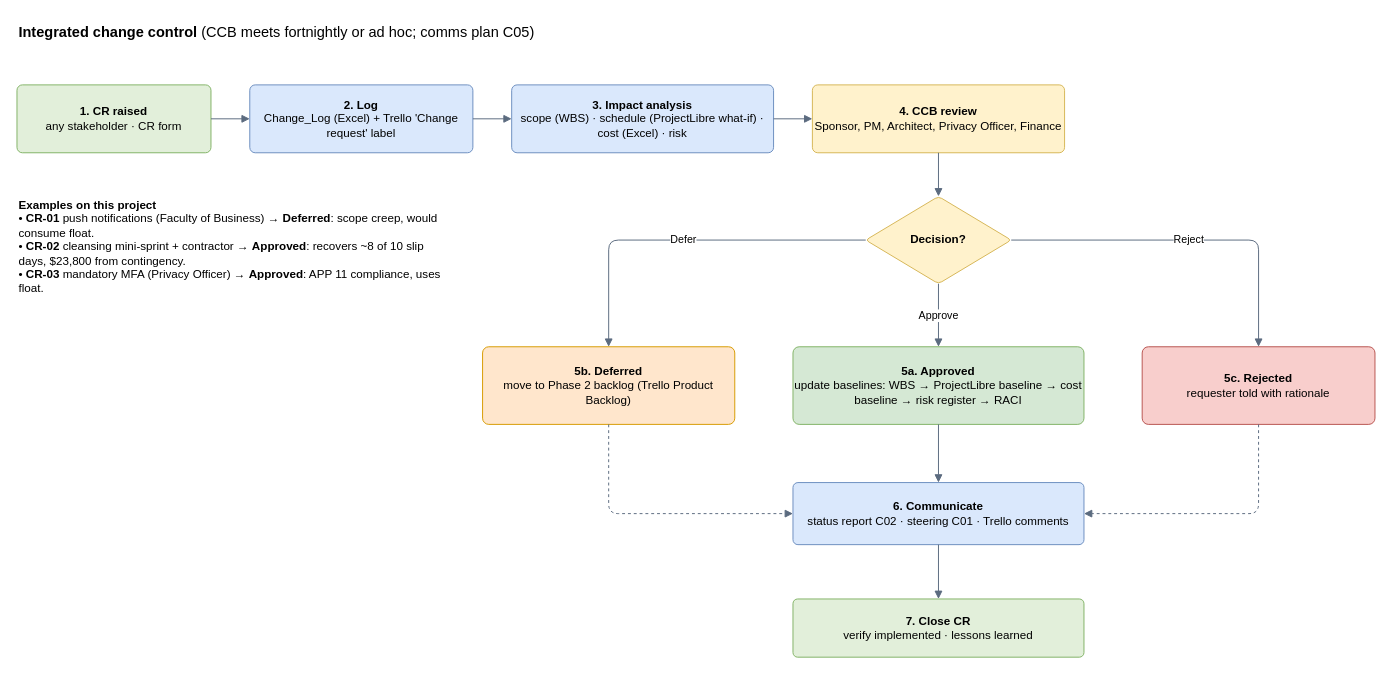
The draw.io diagram downloads/diagrams/D05_change_control_flow.drawio in alvi00/bisy2004-a2-groupXX, before the edit. Source tidied: cells renumbered, new cells numbered last; positions are measured from the earlier drawing's top-left corner, leaving out a move shared by most shapes. Both pictures are drawn from the tidied source at 97%, with x=0, y=0 at pixel (16, 16).
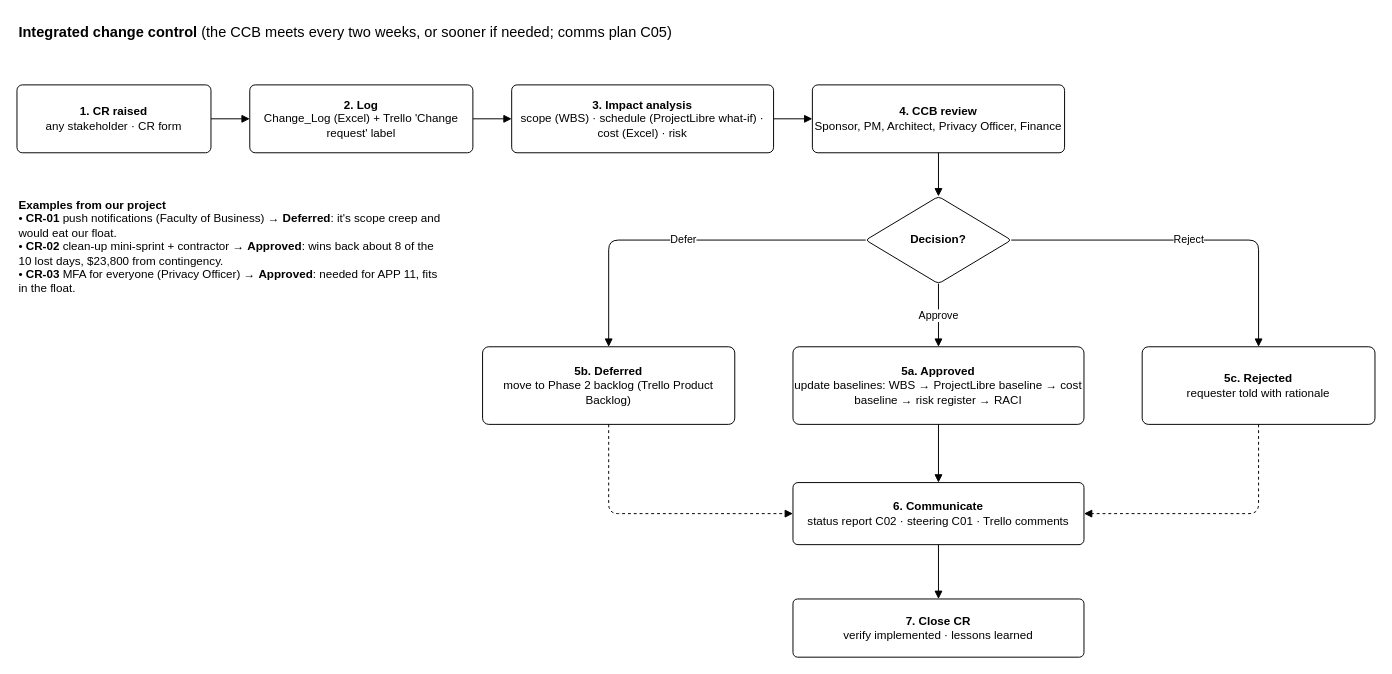
Above is the later version.

Diff of the diagram source:
```diff
@@
-    <mxCell id="2" value="&lt;b&gt;Integrated change control&lt;/b&gt; (CCB meets fortnightly or ad hoc; comms plan C05)" style="rounded=1;whiteSpace=wrap;html=1;arcSize=8;fontFamily=Helvetica;fontSize=12;text;strokeColor=none;fillColor=none;align=left;verticalAlign=top;fontSize=15;" parent="1" vertex="1">
+    <mxCell id="2" value="&lt;b&gt;Integrated change control&lt;/b&gt; (the CCB meets every two weeks, or sooner if needed; comms plan C05)" style="rounded=1;whiteSpace=wrap;html=1;arcSize=8;fontFamily=Helvetica;fontSize=12;fontColor=#000000;strokeColor=#000000;text;strokeColor=none;fillColor=none;align=left;verticalAlign=top;fontSize=15;" parent="1" vertex="1">
       <mxGeometry width="1200" height="30" as="geometry" />
     </mxCell>
-    <mxCell id="3" value="&lt;b&gt;1. CR raised&lt;/b&gt;&lt;br&gt;any stakeholder · CR form" style="rounded=1;whiteSpace=wrap;html=1;arcSize=8;fontFamily=Helvetica;fontSize=12;fillColor=#E2EFDA;strokeColor=#82B366;" parent="1" vertex="1">
+    <mxCell id="3" value="&lt;b&gt;1. CR raised&lt;/b&gt;&lt;br&gt;any stakeholder · CR form" style="rounded=1;whiteSpace=wrap;html=1;arcSize=8;fontFamily=Helvetica;fontSize=12;fontColor=#000000;strokeColor=#000000;fillColor=#FFFFFF;strokeColor=#000000;" parent="1" vertex="1">
       <mxGeometry y="70" width="200" height="70" as="geometry" />
     </mxCell>
-    <mxCell id="4" value="&lt;b&gt;2. Log&lt;/b&gt;&lt;br&gt;Change_Log (Excel) + Trello 'Change request' label" style="rounded=1;whiteSpace=wrap;html=1;arcSize=8;fontFamily=Helvetica;fontSize=12;fillColor=#DAE8FC;strokeColor=#6C8EBF;" parent="1" vertex="1">
+    <mxCell id="4" value="&lt;b&gt;2. Log&lt;/b&gt;&lt;br&gt;Change_Log (Excel) + Trello 'Change request' label" style="rounded=1;whiteSpace=wrap;html=1;arcSize=8;fontFamily=Helvetica;fontSize=12;fontColor=#000000;strokeColor=#000000;fillColor=#FFFFFF;strokeColor=#000000;" parent="1" vertex="1">
       <mxGeometry x="240" y="70" width="230" height="70" as="geometry" />
     </mxCell>
-    <mxCell id="5" value="&lt;b&gt;3. Impact analysis&lt;/b&gt;&lt;br&gt;scope (WBS) · schedule (ProjectLibre what-if) · cost (Excel) · risk" style="rounded=1;whiteSpace=wrap;html=1;arcSize=8;fontFamily=Helvetica;fontSize=12;fillColor=#DAE8FC;strokeColor=#6C8EBF;" parent="1" vertex="1">
+    <mxCell id="5" value="&lt;b&gt;3. Impact analysis&lt;/b&gt;&lt;br&gt;scope (WBS) · schedule (ProjectLibre what-if) · cost (Excel) · risk" style="rounded=1;whiteSpace=wrap;html=1;arcSize=8;fontFamily=Helvetica;fontSize=12;fontColor=#000000;strokeColor=#000000;fillColor=#FFFFFF;strokeColor=#000000;" parent="1" vertex="1">
       <mxGeometry x="510" y="70" width="270" height="70" as="geometry" />
     </mxCell>
-    <mxCell id="6" value="&lt;b&gt;4. CCB review&lt;/b&gt;&lt;br&gt;Sponsor, PM, Architect, Privacy Officer, Finance" style="rounded=1;whiteSpace=wrap;html=1;arcSize=8;fontFamily=Helvetica;fontSize=12;fillColor=#FFF2CC;strokeColor=#D6B656;" parent="1" vertex="1">
+    <mxCell id="6" value="&lt;b&gt;4. CCB review&lt;/b&gt;&lt;br&gt;Sponsor, PM, Architect, Privacy Officer, Finance" style="rounded=1;whiteSpace=wrap;html=1;arcSize=8;fontFamily=Helvetica;fontSize=12;fontColor=#000000;strokeColor=#000000;fillColor=#FFFFFF;strokeColor=#000000;" parent="1" vertex="1">
       <mxGeometry x="820" y="70" width="260" height="70" as="geometry" />
     </mxCell>
-    <mxCell id="7" value="&lt;b&gt;Decision?&lt;/b&gt;" style="rounded=1;whiteSpace=wrap;html=1;arcSize=8;fontFamily=Helvetica;fontSize=12;rhombus;fillColor=#FFF2CC;strokeColor=#D6B656;" parent="1" vertex="1">
+    <mxCell id="7" value="&lt;b&gt;Decision?&lt;/b&gt;" style="rounded=1;whiteSpace=wrap;html=1;arcSize=8;fontFamily=Helvetica;fontSize=12;fontColor=#000000;strokeColor=#000000;rhombus;fillColor=#FFFFFF;strokeColor=#000000;" parent="1" vertex="1">
       <mxGeometry x="875" y="185" width="150" height="90" as="geometry" />
     </mxCell>
-    <mxCell id="8" value="&lt;b&gt;5a. Approved&lt;/b&gt;&lt;br&gt;update baselines: WBS → ProjectLibre baseline → cost baseline → risk register → RACI" style="rounded=1;whiteSpace=wrap;html=1;arcSize=8;fontFamily=Helvetica;fontSize=12;fillColor=#D5E8D4;strokeColor=#82B366;" parent="1" vertex="1">
+    <mxCell id="8" value="&lt;b&gt;5a. Approved&lt;/b&gt;&lt;br&gt;update baselines: WBS → ProjectLibre baseline → cost baseline → risk register → RACI" style="rounded=1;whiteSpace=wrap;html=1;arcSize=8;fontFamily=Helvetica;fontSize=12;fontColor=#000000;strokeColor=#000000;fillColor=#FFFFFF;strokeColor=#000000;" parent="1" vertex="1">
       <mxGeometry x="800" y="340" width="300" height="80" as="geometry" />
     </mxCell>
-    <mxCell id="9" value="&lt;b&gt;5b. Deferred&lt;/b&gt;&lt;br&gt;move to Phase 2 backlog (Trello Product Backlog)" style="rounded=1;whiteSpace=wrap;html=1;arcSize=8;fontFamily=Helvetica;fontSize=12;fillColor=#FFE6CC;strokeColor=#D79B00;" parent="1" vertex="1">
+    <mxCell id="9" value="&lt;b&gt;5b. Deferred&lt;/b&gt;&lt;br&gt;move to Phase 2 backlog (Trello Product Backlog)" style="rounded=1;whiteSpace=wrap;html=1;arcSize=8;fontFamily=Helvetica;fontSize=12;fontColor=#000000;strokeColor=#000000;fillColor=#FFFFFF;strokeColor=#000000;" parent="1" vertex="1">
       <mxGeometry x="480" y="340" width="260" height="80" as="geometry" />
     </mxCell>
-    <mxCell id="10" value="&lt;b&gt;5c. Rejected&lt;/b&gt;&lt;br&gt;requester told with rationale" style="rounded=1;whiteSpace=wrap;html=1;arcSize=8;fontFamily=Helvetica;fontSize=12;fillColor=#F8CECC;strokeColor=#B85450;" parent="1" vertex="1">
+    <mxCell id="10" value="&lt;b&gt;5c. Rejected&lt;/b&gt;&lt;br&gt;requester told with rationale" style="rounded=1;whiteSpace=wrap;html=1;arcSize=8;fontFamily=Helvetica;fontSize=12;fontColor=#000000;strokeColor=#000000;fillColor=#FFFFFF;strokeColor=#000000;" parent="1" vertex="1">
       <mxGeometry x="1160" y="340" width="240" height="80" as="geometry" />
     </mxCell>
-    <mxCell id="11" value="&lt;b&gt;6. Communicate&lt;/b&gt;&lt;br&gt;status report C02 · steering C01 · Trello comments" style="rounded=1;whiteSpace=wrap;html=1;arcSize=8;fontFamily=Helvetica;fontSize=12;fillColor=#DAE8FC;strokeColor=#6C8EBF;" parent="1" vertex="1">
+    <mxCell id="11" value="&lt;b&gt;6. Communicate&lt;/b&gt;&lt;br&gt;status report C02 · steering C01 · Trello comments" style="rounded=1;whiteSpace=wrap;html=1;arcSize=8;fontFamily=Helvetica;fontSize=12;fontColor=#000000;strokeColor=#000000;fillColor=#FFFFFF;strokeColor=#000000;" parent="1" vertex="1">
       <mxGeometry x="800" y="480" width="300" height="64" as="geometry" />
     </mxCell>
-    <mxCell id="12" value="&lt;b&gt;7. Close CR&lt;/b&gt;&lt;br&gt;verify implemented · lessons learned" style="rounded=1;whiteSpace=wrap;html=1;arcSize=8;fontFamily=Helvetica;fontSize=12;fillColor=#E2EFDA;strokeColor=#82B366;" parent="1" vertex="1">
+    <mxCell id="12" value="&lt;b&gt;7. Close CR&lt;/b&gt;&lt;br&gt;verify implemented · lessons learned" style="rounded=1;whiteSpace=wrap;html=1;arcSize=8;fontFamily=Helvetica;fontSize=12;fontColor=#000000;strokeColor=#000000;fillColor=#FFFFFF;strokeColor=#000000;" parent="1" vertex="1">
       <mxGeometry x="800" y="600" width="300" height="60" as="geometry" />
     </mxCell>
-    <mxCell id="13" style="edgeStyle=orthogonalEdgeStyle;rounded=1;html=1;endArrow=block;endFill=1;strokeColor=#5B6B7F;fontSize=11;" parent="1" edge="1" source="3" target="4">
+    <mxCell id="13" style="edgeStyle=orthogonalEdgeStyle;rounded=1;html=1;endArrow=block;endFill=1;strokeColor=#000000;fontSize=11;fontColor=#000000;" parent="1" edge="1" source="3" target="4">
       <mxGeometry relative="1" as="geometry" />
     </mxCell>
-    <mxCell id="14" style="edgeStyle=orthogonalEdgeStyle;rounded=1;html=1;endArrow=block;endFill=1;strokeColor=#5B6B7F;fontSize=11;" parent="1" edge="1" source="4" target="5">
+    <mxCell id="14" style="edgeStyle=orthogonalEdgeStyle;rounded=1;html=1;endArrow=block;endFill=1;strokeColor=#000000;fontSize=11;fontColor=#000000;" parent="1" edge="1" source="4" target="5">
       <mxGeometry relative="1" as="geometry" />
     </mxCell>
-    <mxCell id="15" style="edgeStyle=orthogonalEdgeStyle;rounded=1;html=1;endArrow=block;endFill=1;strokeColor=#5B6B7F;fontSize=11;" parent="1" edge="1" source="5" target="6">
+    <mxCell id="15" style="edgeStyle=orthogonalEdgeStyle;rounded=1;html=1;endArrow=block;endFill=1;strokeColor=#000000;fontSize=11;fontColor=#000000;" parent="1" edge="1" source="5" target="6">
       <mxGeometry relative="1" as="geometry" />
     </mxCell>
-    <mxCell id="16" style="edgeStyle=orthogonalEdgeStyle;rounded=1;html=1;endArrow=block;endFill=1;strokeColor=#5B6B7F;fontSize=11;exitX=0.5;exitY=1;entryX=0.5;entryY=0;" parent="1" edge="1" source="6" target="7">
+    <mxCell id="16" style="edgeStyle=orthogonalEdgeStyle;rounded=1;html=1;endArrow=block;endFill=1;strokeColor=#000000;fontSize=11;fontColor=#000000;exitX=0.5;exitY=1;entryX=0.5;entryY=0;" parent="1" edge="1" source="6" target="7">
       <mxGeometry relative="1" as="geometry" />
     </mxCell>
-    <mxCell id="17" value="Approve" style="edgeStyle=orthogonalEdgeStyle;rounded=1;html=1;endArrow=block;endFill=1;strokeColor=#5B6B7F;fontSize=11;exitX=0.5;exitY=1;entryX=0.5;entryY=0;" parent="1" edge="1" source="7" target="8">
+    <mxCell id="17" value="Approve" style="edgeStyle=orthogonalEdgeStyle;rounded=1;html=1;endArrow=block;endFill=1;strokeColor=#000000;fontSize=11;fontColor=#000000;exitX=0.5;exitY=1;entryX=0.5;entryY=0;" parent="1" edge="1" source="7" target="8">
       <mxGeometry relative="1" as="geometry" />
     </mxCell>
-    <mxCell id="18" value="Defer" style="edgeStyle=orthogonalEdgeStyle;rounded=1;html=1;endArrow=block;endFill=1;strokeColor=#5B6B7F;fontSize=11;exitX=0;exitY=0.5;entryX=0.5;entryY=0;" parent="1" edge="1" source="7" target="9">
+    <mxCell id="18" value="Defer" style="edgeStyle=orthogonalEdgeStyle;rounded=1;html=1;endArrow=block;endFill=1;strokeColor=#000000;fontSize=11;fontColor=#000000;exitX=0;exitY=0.5;entryX=0.5;entryY=0;" parent="1" edge="1" source="7" target="9">
       <mxGeometry relative="1" as="geometry" />
     </mxCell>
-    <mxCell id="19" value="Reject" style="edgeStyle=orthogonalEdgeStyle;rounded=1;html=1;endArrow=block;endFill=1;strokeColor=#5B6B7F;fontSize=11;exitX=1;exitY=0.5;entryX=0.5;entryY=0;" parent="1" edge="1" source="7" target="10">
+    <mxCell id="19" value="Reject" style="edgeStyle=orthogonalEdgeStyle;rounded=1;html=1;endArrow=block;endFill=1;strokeColor=#000000;fontSize=11;fontColor=#000000;exitX=1;exitY=0.5;entryX=0.5;entryY=0;" parent="1" edge="1" source="7" target="10">
       <mxGeometry relative="1" as="geometry" />
     </mxCell>
-    <mxCell id="20" style="edgeStyle=orthogonalEdgeStyle;rounded=1;html=1;endArrow=block;endFill=1;strokeColor=#5B6B7F;fontSize=11;exitX=0.5;exitY=1;entryX=0.5;entryY=0;" parent="1" edge="1" source="8" target="11">
+    <mxCell id="20" style="edgeStyle=orthogonalEdgeStyle;rounded=1;html=1;endArrow=block;endFill=1;strokeColor=#000000;fontSize=11;fontColor=#000000;exitX=0.5;exitY=1;entryX=0.5;entryY=0;" parent="1" edge="1" source="8" target="11">
       <mxGeometry relative="1" as="geometry" />
     </mxCell>
-    <mxCell id="21" style="edgeStyle=orthogonalEdgeStyle;rounded=1;html=1;endArrow=block;endFill=1;strokeColor=#5B6B7F;fontSize=11;exitX=0.5;exitY=1;entryX=0.5;entryY=0;" parent="1" edge="1" source="11" target="12">
+    <mxCell id="21" style="edgeStyle=orthogonalEdgeStyle;rounded=1;html=1;endArrow=block;endFill=1;strokeColor=#000000;fontSize=11;fontColor=#000000;exitX=0.5;exitY=1;entryX=0.5;entryY=0;" parent="1" edge="1" source="11" target="12">
       <mxGeometry relative="1" as="geometry" />
     </mxCell>
-    <mxCell id="22" style="edgeStyle=orthogonalEdgeStyle;rounded=1;html=1;endArrow=block;endFill=1;strokeColor=#5B6B7F;fontSize=11;dashed=1;exitX=0.5;exitY=1;entryX=0;entryY=0.5;" parent="1" edge="1" source="9" target="11">
+    <mxCell id="22" style="edgeStyle=orthogonalEdgeStyle;rounded=1;html=1;endArrow=block;endFill=1;strokeColor=#000000;fontSize=11;fontColor=#000000;dashed=1;exitX=0.5;exitY=1;entryX=0;entryY=0.5;" parent="1" edge="1" source="9" target="11">
       <mxGeometry relative="1" as="geometry" />
     </mxCell>
-    <mxCell id="23" style="edgeStyle=orthogonalEdgeStyle;rounded=1;html=1;endArrow=block;endFill=1;strokeColor=#5B6B7F;fontSize=11;dashed=1;exitX=0.5;exitY=1;entryX=1;entryY=0.5;" parent="1" edge="1" source="10" target="11">
+    <mxCell id="23" style="edgeStyle=orthogonalEdgeStyle;rounded=1;html=1;endArrow=block;endFill=1;strokeColor=#000000;fontSize=11;fontColor=#000000;dashed=1;exitX=0.5;exitY=1;entryX=1;entryY=0.5;" parent="1" edge="1" source="10" target="11">
       <mxGeometry relative="1" as="geometry" />
     </mxCell>
-    <mxCell id="24" value="&lt;b&gt;Examples on this project&lt;/b&gt;&lt;br&gt;• &lt;b&gt;CR-01&lt;/b&gt; push notifications (Faculty of Business) → &lt;b&gt;Deferred&lt;/b&gt;: scope creep, would consume float.&lt;br&gt;• &lt;b&gt;CR-02&lt;/b&gt; cleansing mini-sprint + contractor → &lt;b&gt;Approved&lt;/b&gt;: recovers ~8 of 10 slip days, $23,800 from contingency.&lt;br&gt;• &lt;b&gt;CR-03&lt;/b&gt; mandatory MFA (Privacy Officer) → &lt;b&gt;Approved&lt;/b&gt;: APP 11 compliance, uses float." style="rounded=1;whiteSpace=wrap;html=1;arcSize=8;fontFamily=Helvetica;fontSize=12;text;strokeColor=none;fillColor=none;align=left;verticalAlign=top;fontSize=12;whiteSpace=wrap;" parent="1" vertex="1">
+    <mxCell id="24" value="&lt;b&gt;Examples from our project&lt;/b&gt;&lt;br&gt;• &lt;b&gt;CR-01&lt;/b&gt; push notifications (Faculty of Business) → &lt;b&gt;Deferred&lt;/b&gt;: it's scope creep and would eat our float.&lt;br&gt;• &lt;b&gt;CR-02&lt;/b&gt; clean-up mini-sprint + contractor → &lt;b&gt;Approved&lt;/b&gt;: wins back about 8 of the 10 lost days, $23,800 from contingency.&lt;br&gt;• &lt;b&gt;CR-03&lt;/b&gt; MFA for everyone (Privacy Officer) → &lt;b&gt;Approved&lt;/b&gt;: needed for APP 11, fits in the float." style="rounded=1;whiteSpace=wrap;html=1;arcSize=8;fontFamily=Helvetica;fontSize=12;fontColor=#000000;strokeColor=#000000;text;strokeColor=none;fillColor=none;align=left;verticalAlign=top;fontSize=12;whiteSpace=wrap;" parent="1" vertex="1">
       <mxGeometry y="180" width="440" height="160" as="geometry" />
     </mxCell>
```
